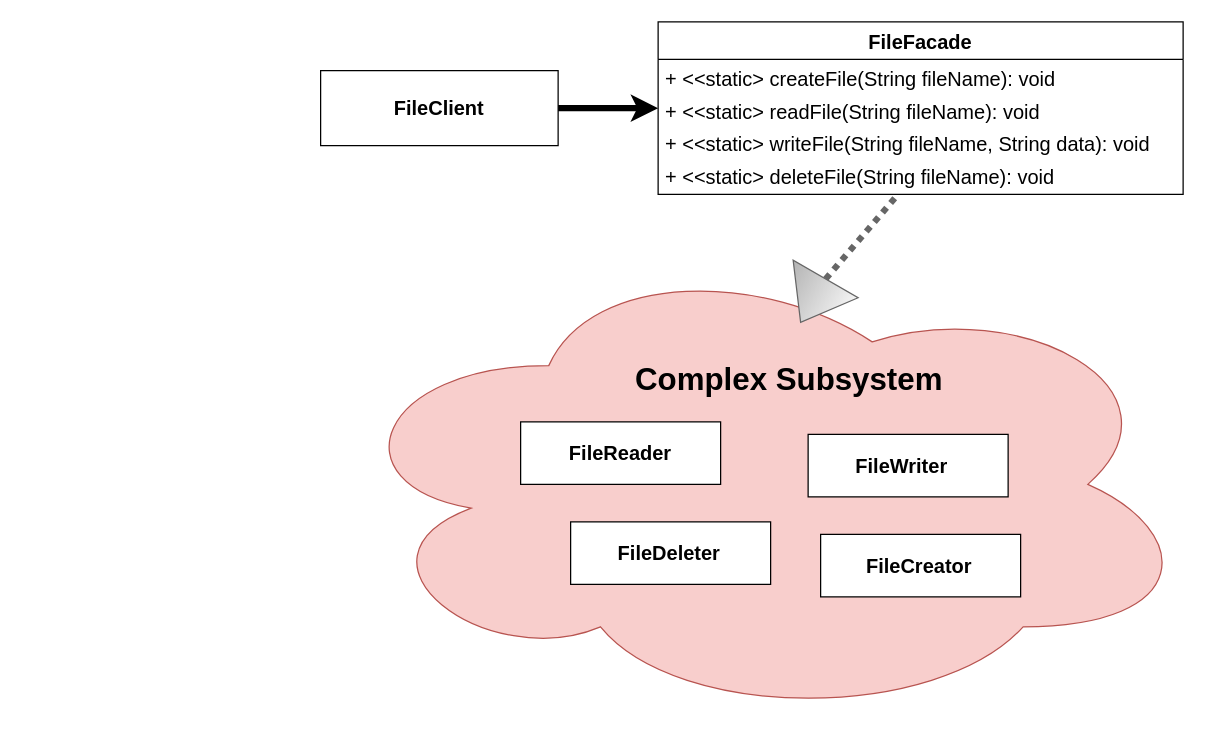
Above: Padroes de Projeto/Facade/UML/Facade.drawio in SoSoJigsaw/bertoti (draw.io), before the change. Source tidied: cells renumbered, new cells numbered last; positions are measured from the earlier drawing's top-left corner, leaving out a move shared by most shapes. Both pictures are drawn from the tidied source at 125%, with x=0, y=0 at pixel (320, 21).
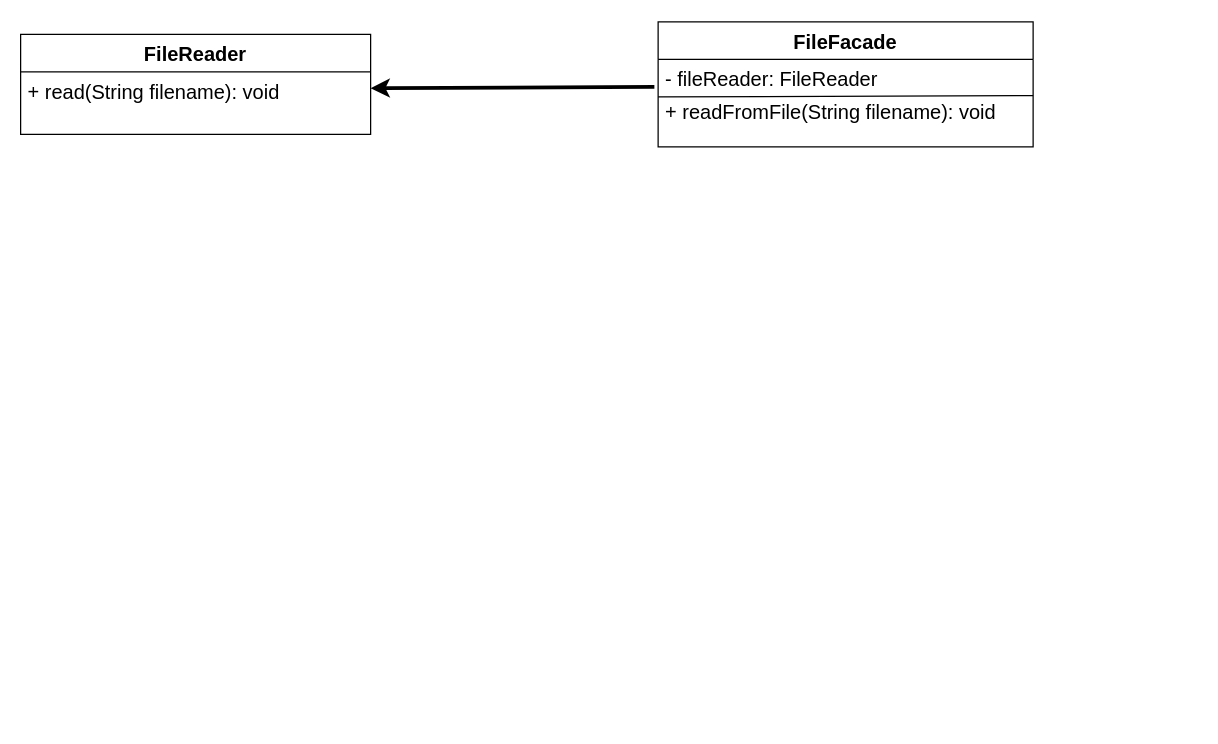
The same page after the edit.

Change to the diagram source:
```diff
@@
     <mxCell id="2" value="FileFacade" style="swimlane;fontStyle=1;align=center;verticalAlign=top;horizontal=1;startSize=30;rounded=0;shadow=0;strokeWidth=1;fontSize=16;" parent="1" vertex="1">
-      <mxGeometry x="270" width="420" height="138" as="geometry" />
+      <mxGeometry x="270" width="300" height="100" as="geometry" />
     </mxCell>
-    <mxCell id="3" value="+ &lt;&lt;static&gt; createFile(String fileName): void" style="text;align=left;verticalAlign=top;spacingLeft=4;spacingRight=4;overflow=hidden;points=[[0,0.5],[1,0.5]];portConstraint=eastwest;fontSize=16;" parent="2" vertex="1">
-      <mxGeometry y="30" width="420" height="26" as="geometry" />
+    <mxCell id="3" value="- fileReader: FileReader" style="text;align=left;verticalAlign=top;spacingLeft=4;spacingRight=4;overflow=hidden;points=[[0,0.5],[1,0.5]];portConstraint=eastwest;fontSize=16;" parent="2" vertex="1">
+      <mxGeometry y="30" width="300" height="26" as="geometry" />
     </mxCell>
-    <mxCell id="4" value="+ &lt;&lt;static&gt; readFile(String fileName): void" style="text;align=left;verticalAlign=top;spacingLeft=4;spacingRight=4;overflow=hidden;points=[[0,0.5],[1,0.5]];portConstraint=eastwest;fontSize=16;" parent="2" vertex="1">
-      <mxGeometry y="56" width="420" height="26" as="geometry" />
-    </mxCell>
-    <mxCell id="5" value="+ &lt;&lt;static&gt; writeFile(String fileName, String data): void" style="text;align=left;verticalAlign=top;spacingLeft=4;spacingRight=4;overflow=hidden;fontSize=16;" parent="2" vertex="1">
-      <mxGeometry y="82" width="420" height="26" as="geometry" />
-    </mxCell>
-    <mxCell id="6" value="+ &lt;&lt;static&gt; deleteFile(String fileName): void" style="text;align=left;verticalAlign=top;spacingLeft=4;spacingRight=4;overflow=hidden;points=[[0,0.5],[1,0.5]];portConstraint=eastwest;fontSize=16;" parent="2" vertex="1">
-      <mxGeometry y="108" width="420" height="26" as="geometry" />
+    <mxCell id="6" value="+ readFromFile(String filename): void" style="text;align=left;verticalAlign=top;spacingLeft=4;spacingRight=4;overflow=hidden;points=[[0,0.5],[1,0.5]];portConstraint=eastwest;fontSize=16;" parent="2" vertex="1">
+      <mxGeometry y="56" width="300" height="26" as="geometry" />
     </mxCell>
-    <mxCell id="7" style="rounded=0;whiteSpace=wrap;html=1;" parent="1" vertex="1">
-      <mxGeometry y="39" width="190" height="60" as="geometry" />
-    </mxCell>
-    <mxCell id="8" value="&lt;font style=&quot;font-size: 16px;&quot;&gt;&lt;b&gt;FileClient&lt;/b&gt;&lt;/font&gt;" style="text;strokeColor=none;align=center;fillColor=none;html=1;verticalAlign=middle;whiteSpace=wrap;rounded=0;" parent="1" vertex="1">
-      <mxGeometry x="30" y="54" width="130" height="30" as="geometry" />
-    </mxCell>
-    <mxCell id="9" style="endArrow=classic;html=1;rounded=0;exitX=1;exitY=0.5;exitDx=0;exitDy=0;entryX=0;entryY=0.5;entryDx=0;entryDy=0;strokeWidth=5;" parent="1" edge="1" source="7" target="4">
-      <mxGeometry relative="1" as="geometry" />
-    </mxCell>
-    <mxCell id="10" style="ellipse;shape=cloud;whiteSpace=wrap;html=1;fillColor=#f8cecc;strokeColor=#b85450;" parent="1" vertex="1">
-      <mxGeometry x="10" y="180" width="690" height="380" as="geometry" />
-    </mxCell>
-    <mxCell id="11" style="rounded=0;whiteSpace=wrap;html=1;" parent="1" vertex="1">
-      <mxGeometry x="160" y="320" width="160" height="50" as="geometry" />
-    </mxCell>
-    <mxCell id="12" style="rounded=0;whiteSpace=wrap;html=1;" parent="1" vertex="1">
-      <mxGeometry x="390" y="330" width="160" height="50" as="geometry" />
-    </mxCell>
-    <mxCell id="13" style="rounded=0;whiteSpace=wrap;html=1;" parent="1" vertex="1">
-      <mxGeometry x="200" y="400" width="160" height="50" as="geometry" />
-    </mxCell>
-    <mxCell id="14" style="rounded=0;whiteSpace=wrap;html=1;" parent="1" vertex="1">
-      <mxGeometry x="400" y="410" width="160" height="50" as="geometry" />
-    </mxCell>
-    <mxCell id="15" value="&lt;font style=&quot;font-size: 25px;&quot;&gt;&lt;b&gt;Complex Subsystem&lt;/b&gt;&lt;/font&gt;" style="text;strokeColor=none;align=center;fillColor=none;html=1;verticalAlign=middle;whiteSpace=wrap;rounded=0;" parent="1" vertex="1">
-      <mxGeometry x="230" y="260" width="290" height="50" as="geometry" />
-    </mxCell>
-    <mxCell id="16" value="&lt;font style=&quot;font-size: 16px;&quot;&gt;&lt;b&gt;FileReader&lt;/b&gt;&lt;/font&gt;" style="text;strokeColor=none;align=center;fillColor=none;html=1;verticalAlign=middle;whiteSpace=wrap;rounded=0;" parent="1" vertex="1">
-      <mxGeometry x="175" y="330" width="130" height="30" as="geometry" />
+    <mxCell id="16" value="FileReader" style="swimlane;fontStyle=1;align=center;verticalAlign=top;horizontal=1;startSize=30;rounded=0;shadow=0;strokeWidth=1;fontSize=16;" parent="1" vertex="1">
+      <mxGeometry x="-240" y="10" width="280" height="80" as="geometry" />
     </mxCell>
-    <mxCell id="17" value="&lt;font style=&quot;font-size: 16px;&quot;&gt;&lt;b&gt;FileWriter&lt;/b&gt;&lt;/font&gt;" style="text;strokeColor=none;align=center;fillColor=none;html=1;verticalAlign=middle;whiteSpace=wrap;rounded=0;" parent="1" vertex="1">
-      <mxGeometry x="400" y="340" width="130" height="30" as="geometry" />
-    </mxCell>
-    <mxCell id="18" value="&lt;font style=&quot;font-size: 16px;&quot;&gt;&lt;b&gt;FileDeleter&lt;/b&gt;&lt;/font&gt;" style="text;strokeColor=none;align=center;fillColor=none;html=1;verticalAlign=middle;whiteSpace=wrap;rounded=0;" parent="1" vertex="1">
-      <mxGeometry x="214" y="410" width="130" height="30" as="geometry" />
-    </mxCell>
-    <mxCell id="19" value="&lt;font style=&quot;font-size: 16px;&quot;&gt;&lt;b&gt;FileCreator&lt;/b&gt;&lt;/font&gt;" style="text;strokeColor=none;align=center;fillColor=none;html=1;verticalAlign=middle;whiteSpace=wrap;rounded=0;" parent="1" vertex="1">
-      <mxGeometry x="414" y="420" width="130" height="30" as="geometry" />
-    </mxCell>
-    <mxCell id="20" style="endArrow=none;html=1;rounded=0;exitX=0;exitY=0.5;exitDx=0;exitDy=0;strokeWidth=5;fillColor=#f5f5f5;gradientColor=#b3b3b3;strokeColor=#666666;entryX=0.457;entryY=1.154;entryDx=0;entryDy=0;entryPerimeter=0;dashed=1;dashPattern=1 1;" parent="1" edge="1" source="22" target="6">
-      <mxGeometry relative="1" as="geometry" />
-    </mxCell>
-    <mxCell id="21" style="endArrow=none;dashed=1;html=1;rounded=0;exitX=0.551;exitY=0.124;exitDx=0;exitDy=0;exitPerimeter=0;strokeWidth=5;fillColor=#f5f5f5;gradientColor=#b3b3b3;strokeColor=#666666;" parent="1" edge="1" source="10" target="22">
-      <mxGeometry relative="1" as="geometry" />
-    </mxCell>
-    <mxCell id="22" style="triangle;whiteSpace=wrap;html=1;rotation=120;fillColor=#f5f5f5;gradientColor=#b3b3b3;strokeColor=#666666;" parent="1" vertex="1">
-      <mxGeometry x="374" y="193" width="40" height="60" as="geometry" />
-    </mxCell>
+    <mxCell id="23" value="+ read(String filename): void" style="text;align=left;verticalAlign=top;spacingLeft=4;spacingRight=4;overflow=hidden;points=[[0,0.5],[1,0.5]];portConstraint=eastwest;fontSize=16;" parent="16" vertex="1">
+      <mxGeometry y="30" width="280" height="26" as="geometry" />
+    </mxCell>
+    <mxCell id="24" style="endArrow=none;html=1;rounded=0;" parent="1" edge="1">
+      <mxGeometry relative="1" as="geometry">
+        <mxPoint x="280" y="60" as="sourcePoint" />
+        <mxPoint x="570" y="59" as="targetPoint" />
+        <Array as="points">
+          <mxPoint x="270" y="60" />
+        </Array>
+      </mxGeometry>
+    </mxCell>
+    <mxCell id="25" style="endArrow=classic;html=1;rounded=0;entryX=1;entryY=0.5;entryDx=0;entryDy=0;exitX=-0.01;exitY=0.846;exitDx=0;exitDy=0;exitPerimeter=0;strokeWidth=3;" parent="1" edge="1" source="3" target="23">
+      <mxGeometry relative="1" as="geometry" />
+    </mxCell>
```
